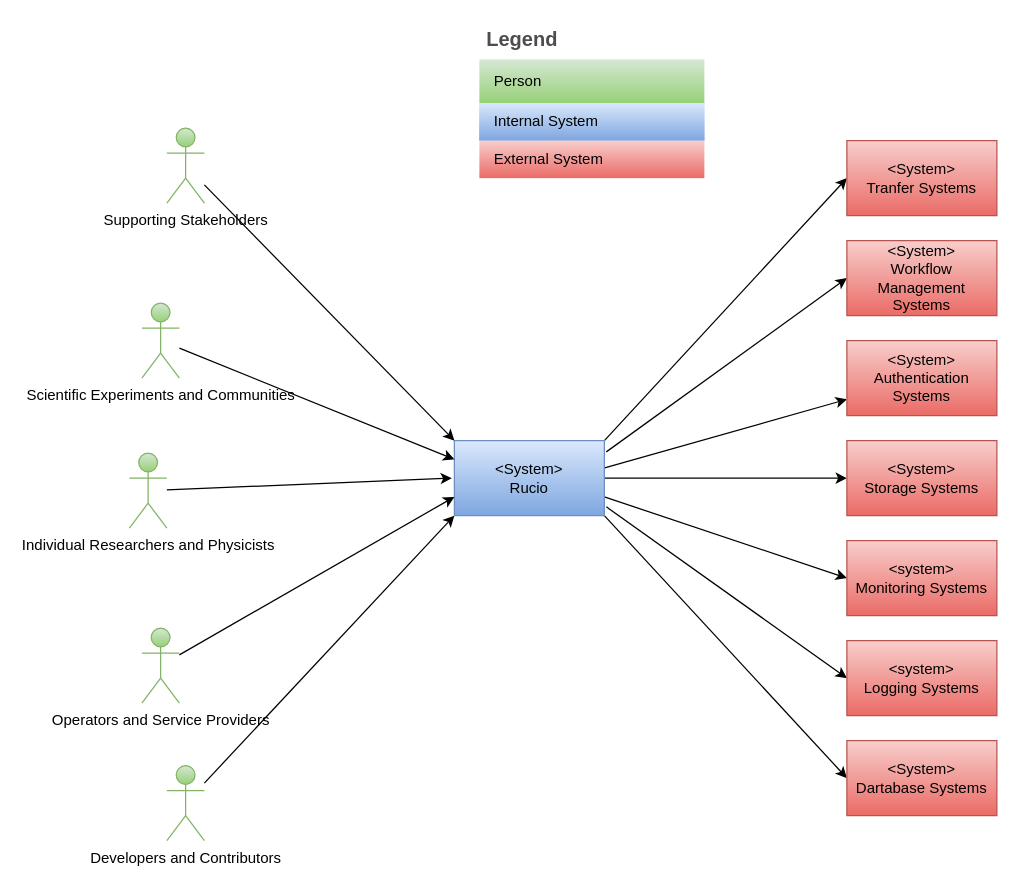
mgajek-cern/rucio-architecture-docs keeps this draw.io diagram as diagrams/Context View.drawio. Above is the earlier version. Source tidied: cells renumbered, new cells numbered last; positions are measured from the earlier drawing's top-left corner, leaving out a move shared by most shapes. Both pictures are drawn from the tidied source at 125%, with x=0, y=0 at pixel (129, 21).
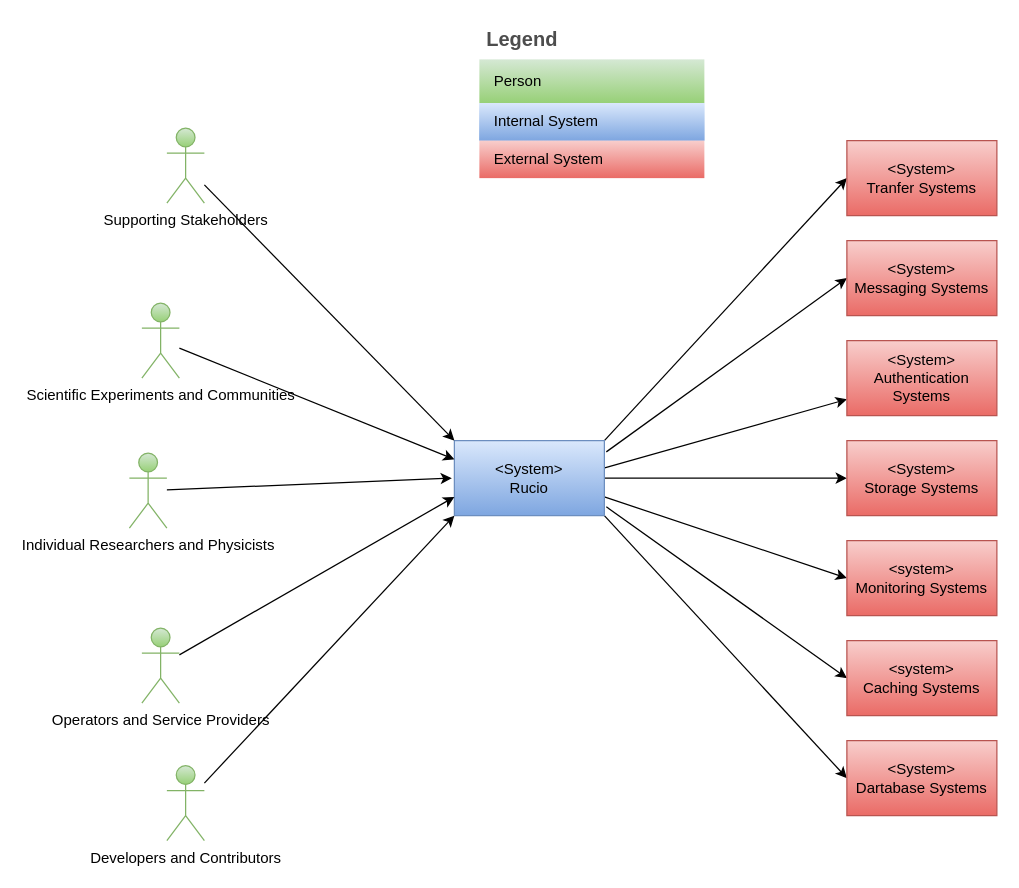
The same page after the edit.

Commit message (it also covers changes not shown here):
update component diagrams and related chapters based on requirements.txt dependencies in rucio GH repo

Change to the diagram source:
```diff
@@
-    <mxCell id="13" value="&amp;lt;System&amp;gt;&lt;br&gt;Workflow Management Systems" style="rounded=0;whiteSpace=wrap;html=1;fillColor=#f8cecc;gradientColor=#ea6b66;strokeColor=#b85450;" parent="1" vertex="1">
+    <mxCell id="13" value="&amp;lt;System&amp;gt;&lt;br&gt;Messaging Systems" style="rounded=0;whiteSpace=wrap;html=1;fillColor=#f8cecc;gradientColor=#ea6b66;strokeColor=#b85450;" parent="1" vertex="1">
       <mxGeometry x="574" y="175" width="120" height="60" as="geometry" />
     </mxCell>
-    <mxCell id="14" value="&lt;span style=&quot;color: rgb(0, 0, 0);&quot;&gt;&amp;lt;system&amp;gt;&lt;/span&gt;&lt;br&gt;Logging Systems" style="rounded=0;whiteSpace=wrap;html=1;fillColor=#f8cecc;gradientColor=#ea6b66;strokeColor=#b85450;" parent="1" vertex="1">
+    <mxCell id="14" value="&lt;span style=&quot;color: rgb(0, 0, 0);&quot;&gt;&amp;lt;system&amp;gt;&lt;/span&gt;&lt;br&gt;Caching Systems" style="rounded=0;whiteSpace=wrap;html=1;fillColor=#f8cecc;gradientColor=#ea6b66;strokeColor=#b85450;" parent="1" vertex="1">
       <mxGeometry x="574" y="495" width="120" height="60" as="geometry" />
     </mxCell>
```
